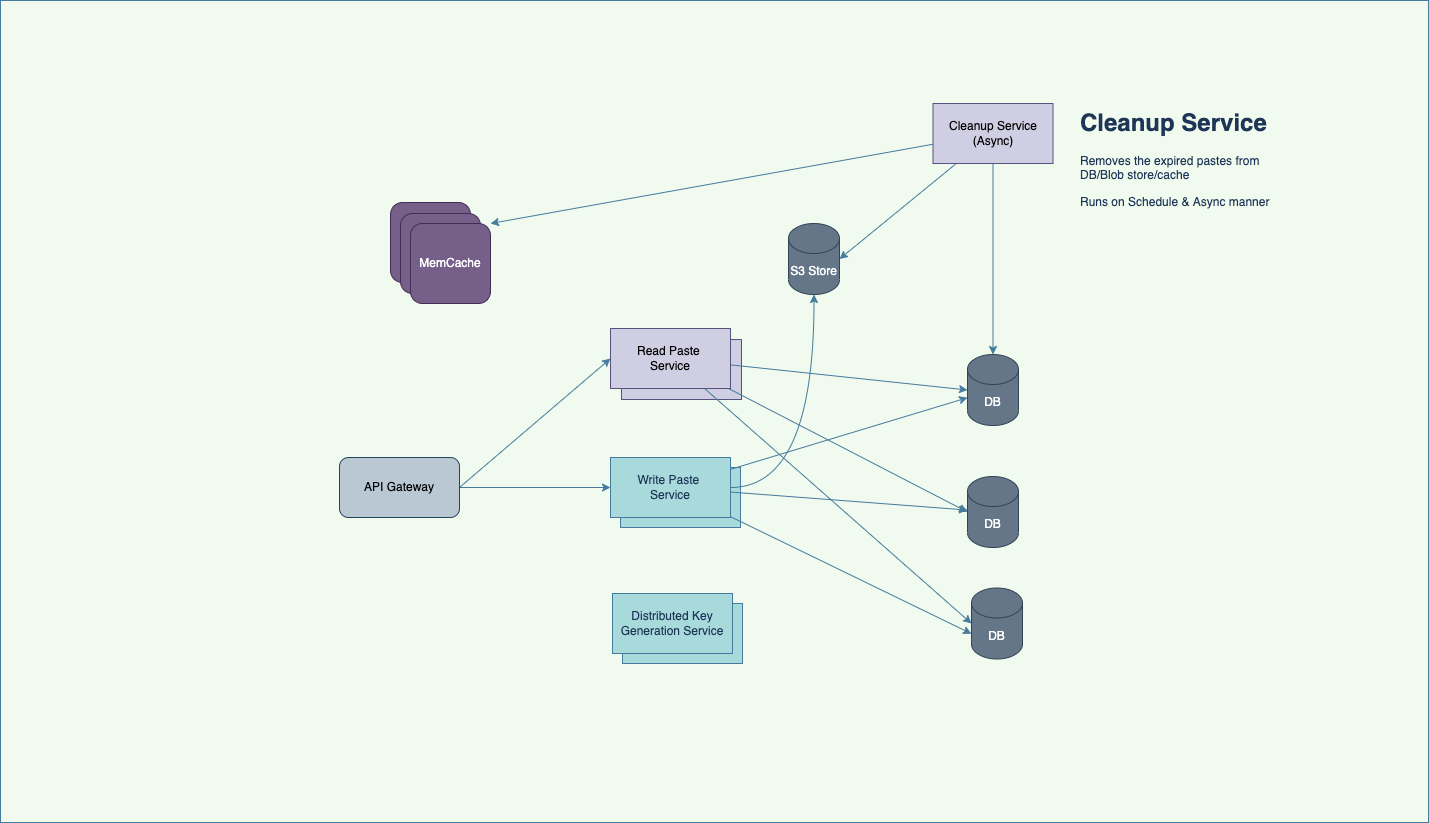
This is PasteBin.drawio.png from mukeshsingal/draw.io, a draw.io export, as it was before one commit. Source tidied: cells renumbered, new cells last; positions are measured from the earlier drawing's top-left corner, leaving out a move shared by most shapes.
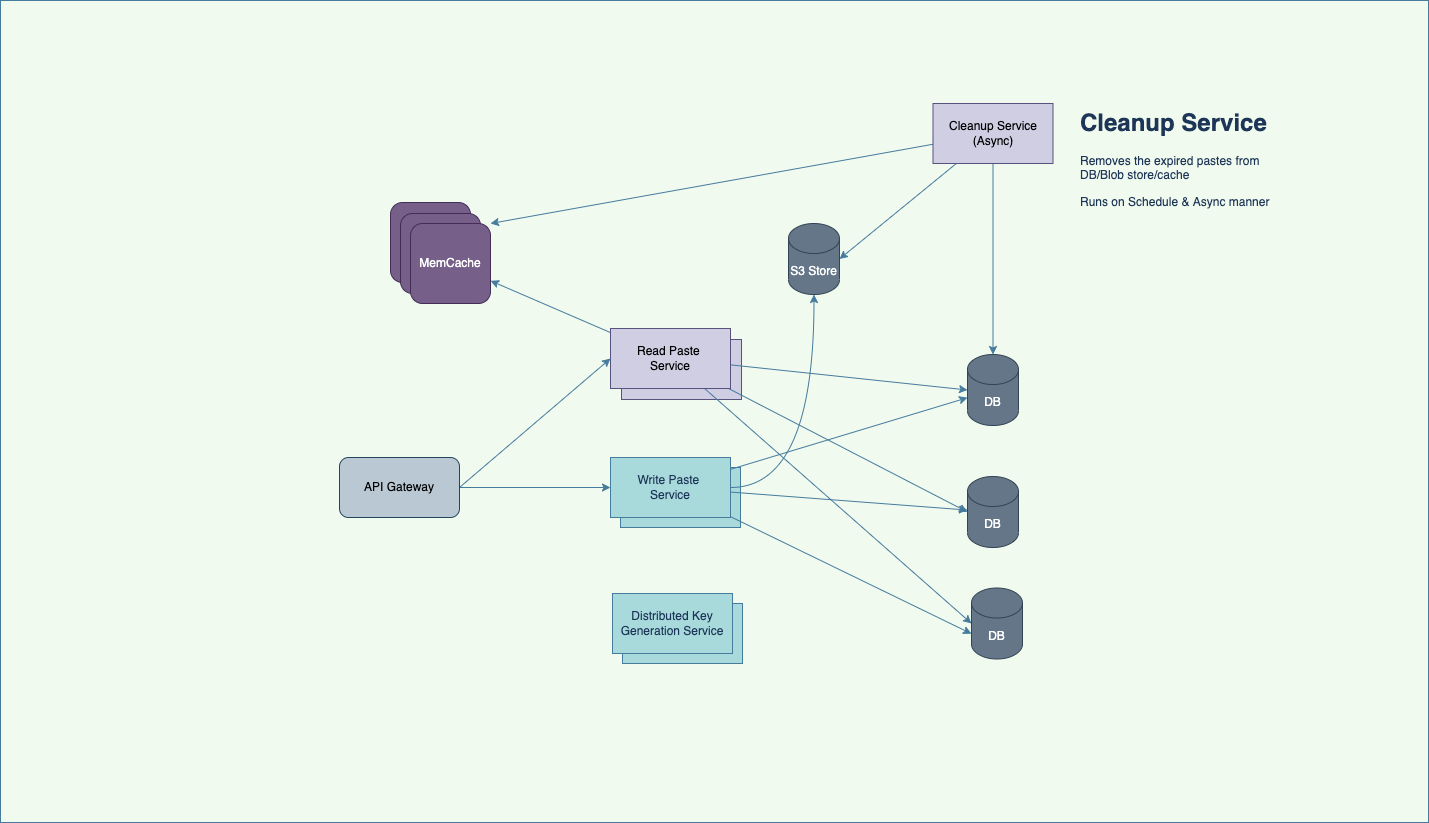
The same file after the commit.

The edit, as a diff of the source:
```diff
@@ -41,6 +41,9 @@
     <mxCell id="14" style="edgeStyle=none;rounded=0;jettySize=auto;html=1;entryX=0;entryY=0.5;entryDx=0;entryDy=0;entryPerimeter=0;fontColor=#1D3557;strokeColor=#457B9D;fillColor=#A8DADC;" parent="1" edge="1" source="15" target="22">
       <mxGeometry relative="1" as="geometry" />
     </mxCell>
+    <mxCell id="32" style="edgeStyle=none;rounded=0;jettySize=auto;html=1;fontColor=#1D3557;strokeColor=#457B9D;fillColor=#A8DADC;" parent="1" edge="1" source="15" target="25">
+      <mxGeometry relative="1" as="geometry" />
+    </mxCell>
     <mxCell id="15" value="Read Paste &lt;br&gt;Service" style="rounded=0;whiteSpace=wrap;html=1;fillColor=#d0cee2;strokeColor=#56517e;" parent="1" vertex="1">
       <mxGeometry x="610" y="328" width="120" height="60" as="geometry" />
     </mxCell>
```
